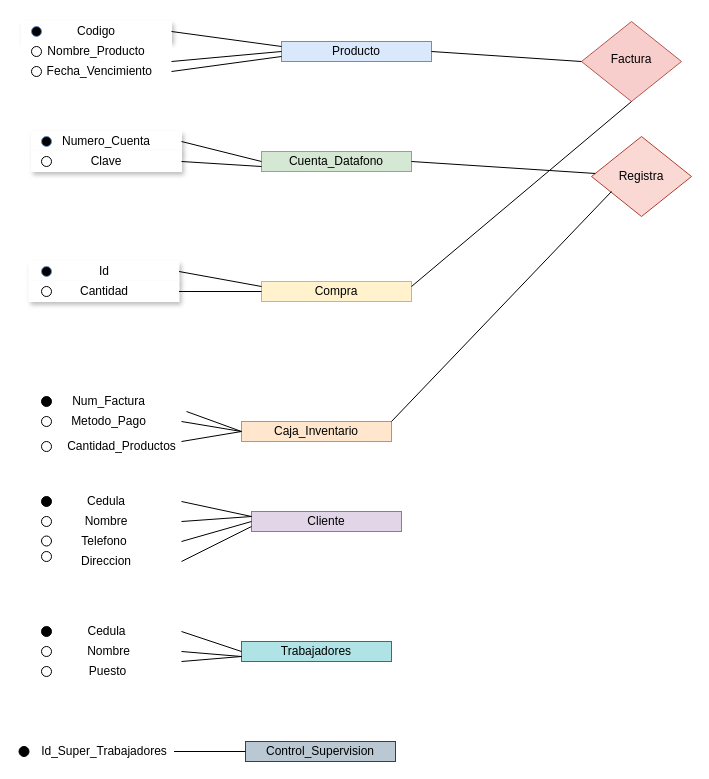
The draw.io diagram Diagrama sin título.drawio in Nico1091/Bases-de-datos, before the edit. Source tidied: cells renumbered, new cells numbered last; positions are measured from the earlier drawing's top-left corner, leaving out a move shared by most shapes. Both pictures are drawn from the tidied source at 100%, with x=0, y=0 at pixel (19, 21).
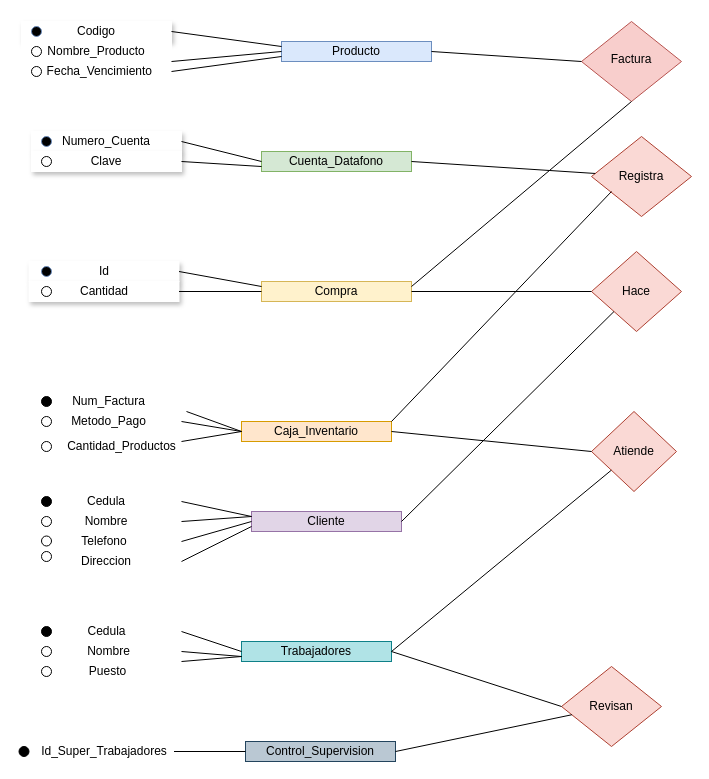
After the change.

Unchanged cells that the change refers to:
```xml
<mxCell id="55" value="Trabajadores" style="rounded=0;whiteSpace=wrap;html=1;fillColor=#b0e3e6;strokeColor=#0e8088;" parent="1" vertex="1">
  <mxGeometry x="222" y="620" width="150" height="20" as="geometry" />
</mxCell>
<mxCell id="62" value="Control_Supervision" style="rounded=0;whiteSpace=wrap;html=1;fillColor=#bac8d3;strokeColor=#23445d;" parent="1" vertex="1">
  <mxGeometry x="226" y="720" width="150" height="20" as="geometry" />
</mxCell>
```

What changed in the source:
```diff
@@
+    <mxCell id="69" value="Hace" style="rhombus;whiteSpace=wrap;html=1;fillColor=#fad9d5;strokeColor=#ae4132;" parent="1" vertex="1">
+      <mxGeometry x="572" y="230" width="90" height="80" as="geometry" />
+    </mxCell>
+    <mxCell id="70" style="endArrow=none;html=1;rounded=0;entryX=0;entryY=1;entryDx=0;entryDy=0;" parent="1" edge="1" target="69">
+      <mxGeometry relative="1" as="geometry">
+        <mxPoint x="382" y="500" as="sourcePoint" />
+      </mxGeometry>
+    </mxCell>
+    <mxCell id="71" style="endArrow=none;html=1;rounded=0;entryX=0;entryY=0.5;entryDx=0;entryDy=0;" parent="1" edge="1" target="69">
+      <mxGeometry relative="1" as="geometry">
+        <mxPoint x="392" y="270" as="sourcePoint" />
+      </mxGeometry>
+    </mxCell>
+    <mxCell id="72" value="Atiende" style="rhombus;whiteSpace=wrap;html=1;fillColor=#fad9d5;strokeColor=#ae4132;" parent="1" vertex="1">
+      <mxGeometry x="572" y="390" width="85" height="80" as="geometry" />
+    </mxCell>
+    <mxCell id="73" style="endArrow=none;html=1;rounded=0;entryX=0;entryY=0.5;entryDx=0;entryDy=0;" parent="1" edge="1" target="72">
+      <mxGeometry relative="1" as="geometry">
+        <mxPoint x="372" y="410" as="sourcePoint" />
+      </mxGeometry>
+    </mxCell>
+    <mxCell id="74" style="endArrow=none;html=1;rounded=0;exitX=1;exitY=0.5;exitDx=0;exitDy=0;" parent="1" edge="1" source="55" target="72">
+      <mxGeometry relative="1" as="geometry" />
+    </mxCell>
+    <mxCell id="75" value="Revisan" style="rhombus;whiteSpace=wrap;html=1;fillColor=#fad9d5;strokeColor=#ae4132;" parent="1" vertex="1">
+      <mxGeometry x="542" y="645" width="100" height="80" as="geometry" />
+    </mxCell>
+    <mxCell id="76" style="endArrow=none;html=1;rounded=0;exitX=1;exitY=0.5;exitDx=0;exitDy=0;" parent="1" edge="1" source="62" target="75">
+      <mxGeometry relative="1" as="geometry" />
+    </mxCell>
+    <mxCell id="77" style="endArrow=none;html=1;rounded=0;entryX=0;entryY=0.5;entryDx=0;entryDy=0;" parent="1" edge="1" target="75">
+      <mxGeometry relative="1" as="geometry">
+        <mxPoint x="372" y="630" as="sourcePoint" />
+      </mxGeometry>
+    </mxCell>
```
